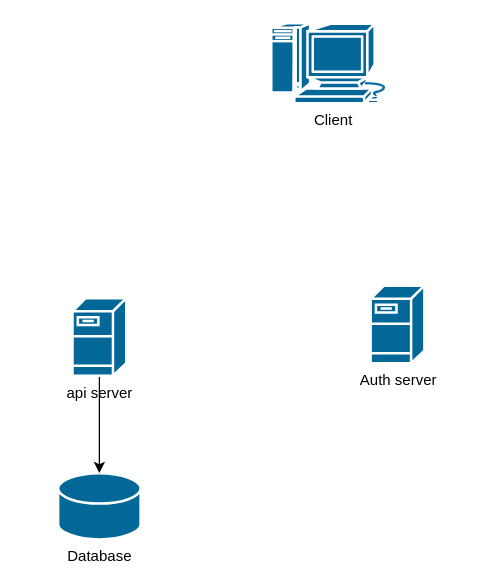
Earlier version of the draw.io diagram structure.drawio (Joao-Amoroso/SIRS_LEMON). Source tidied: cells renumbered, new cells numbered last; positions are measured from the earlier drawing's top-left corner, leaving out a move shared by most shapes. Both pictures are drawn from the tidied source at 125%, with x=0, y=0 at pixel (58, 22).
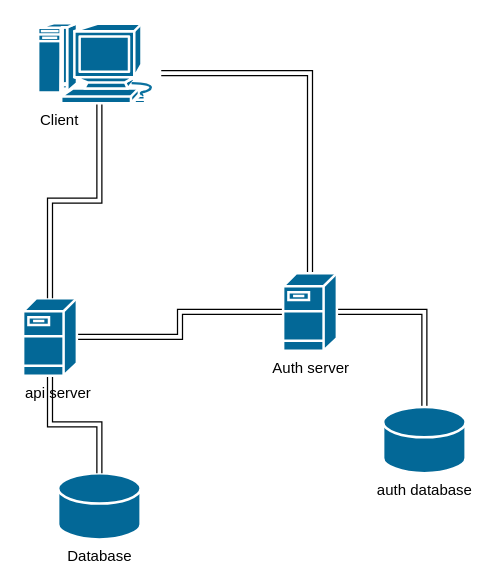
The same page after the edit.

Commit message:
changed structure  diagram

Change to the diagram source:
```diff
@@
 <mxGraphModel>
   <root>
     <mxCell id="0" />
     <mxCell id="1" parent="0" />
     <mxCell id="2" value="Database&lt;br&gt;" style="shape=mxgraph.cisco.storage.relational_database;sketch=0;html=1;dashed=0;fillColor=#036897;strokeColor=#ffffff;strokeWidth=2;verticalLabelPosition=bottom;verticalAlign=top;align=center;outlineConnect=0;" parent="1" vertex="1">
       <mxGeometry y="360" width="66" height="53" as="geometry" />
     </mxCell>
-    <mxCell id="3" style="edgeStyle=orthogonalEdgeStyle;rounded=0;jettySize=auto;html=1;entryX=0.5;entryY=0;entryDx=0;entryDy=0;entryPerimeter=0;" parent="1" edge="1" source="4" target="2">
+    <mxCell id="3" style="edgeStyle=orthogonalEdgeStyle;rounded=0;jettySize=auto;html=1;entryX=0.5;entryY=0;entryDx=0;entryDy=0;entryPerimeter=0;shape=link;" parent="1" edge="1" source="4" target="2">
       <mxGeometry relative="1" as="geometry" />
     </mxCell>
+    <mxCell id="7" style="edgeStyle=orthogonalEdgeStyle;shape=link;rounded=0;jettySize=auto;html=1;" parent="1" edge="1" source="4" target="6">
+      <mxGeometry relative="1" as="geometry" />
+    </mxCell>
-    <mxCell id="4" value="api server" style="shape=mxgraph.cisco.servers.fileserver;sketch=0;html=1;dashed=0;fillColor=#036897;strokeColor=#ffffff;strokeWidth=2;verticalLabelPosition=bottom;verticalAlign=top;align=center;outlineConnect=0;" parent="1" vertex="1">
-      <mxGeometry x="11.5" y="220" width="43" height="62" as="geometry" />
+    <mxCell id="4" value="api server" style="shape=mxgraph.cisco.servers.fileserver;sketch=0;html=1;dashed=0;fillColor=#036897;strokeColor=#ffffff;strokeWidth=2;verticalLabelPosition=bottom;verticalAlign=top;align=left;outlineConnect=0;" parent="1" vertex="1">
+      <mxGeometry x="-28" y="220" width="43" height="62" as="geometry" />
     </mxCell>
+    <mxCell id="8" style="edgeStyle=orthogonalEdgeStyle;rounded=0;jettySize=auto;html=1;entryX=0.5;entryY=0;entryDx=0;entryDy=0;entryPerimeter=0;shape=link;" parent="1" edge="1" source="5" target="4">
+      <mxGeometry relative="1" as="geometry" />
+    </mxCell>
-    <mxCell id="5" value="Client" style="shape=mxgraph.cisco.computers_and_peripherals.macintosh;sketch=0;html=1;dashed=0;fillColor=#036897;strokeColor=#ffffff;strokeWidth=2;verticalLabelPosition=bottom;verticalAlign=top;align=center;outlineConnect=0;" parent="1" vertex="1">
-      <mxGeometry x="170" width="99" height="64" as="geometry" />
+    <mxCell id="5" value="Client" style="shape=mxgraph.cisco.computers_and_peripherals.macintosh;sketch=0;html=1;dashed=0;fillColor=#036897;strokeColor=#ffffff;strokeWidth=2;verticalLabelPosition=bottom;verticalAlign=top;align=left;outlineConnect=0;" parent="1" vertex="1">
+      <mxGeometry x="-16.5" width="99" height="64" as="geometry" />
     </mxCell>
+    <mxCell id="9" style="edgeStyle=orthogonalEdgeStyle;shape=link;rounded=0;jettySize=auto;html=1;" parent="1" edge="1" source="6" target="5">
+      <mxGeometry relative="1" as="geometry">
+        <Array as="points">
+          <mxPoint x="201" y="40" />
+        </Array>
+      </mxGeometry>
+    </mxCell>
+    <mxCell id="10" style="edgeStyle=orthogonalEdgeStyle;shape=link;rounded=0;jettySize=auto;html=1;" parent="1" edge="1" source="6" target="11">
+      <mxGeometry relative="1" as="geometry" />
+    </mxCell>
     <mxCell id="6" value="Auth server&lt;br&gt;" style="shape=mxgraph.cisco.servers.fileserver;sketch=0;html=1;dashed=0;fillColor=#036897;strokeColor=#ffffff;strokeWidth=2;verticalLabelPosition=bottom;verticalAlign=top;align=center;outlineConnect=0;" parent="1" vertex="1">
-      <mxGeometry x="250" y="210" width="43" height="62" as="geometry" />
+      <mxGeometry x="180" y="200" width="43" height="62" as="geometry" />
     </mxCell>
+    <mxCell id="11" value="auth database" style="shape=mxgraph.cisco.storage.relational_database;html=1;dashed=0;fillColor=#036897;strokeColor=#ffffff;strokeWidth=2;verticalLabelPosition=bottom;verticalAlign=top;align=center;outlineConnect=0;" parent="1" vertex="1">
+      <mxGeometry x="260" y="307" width="66" height="53" as="geometry" />
+    </mxCell>
   </root>
 </mxGraphModel>
```
